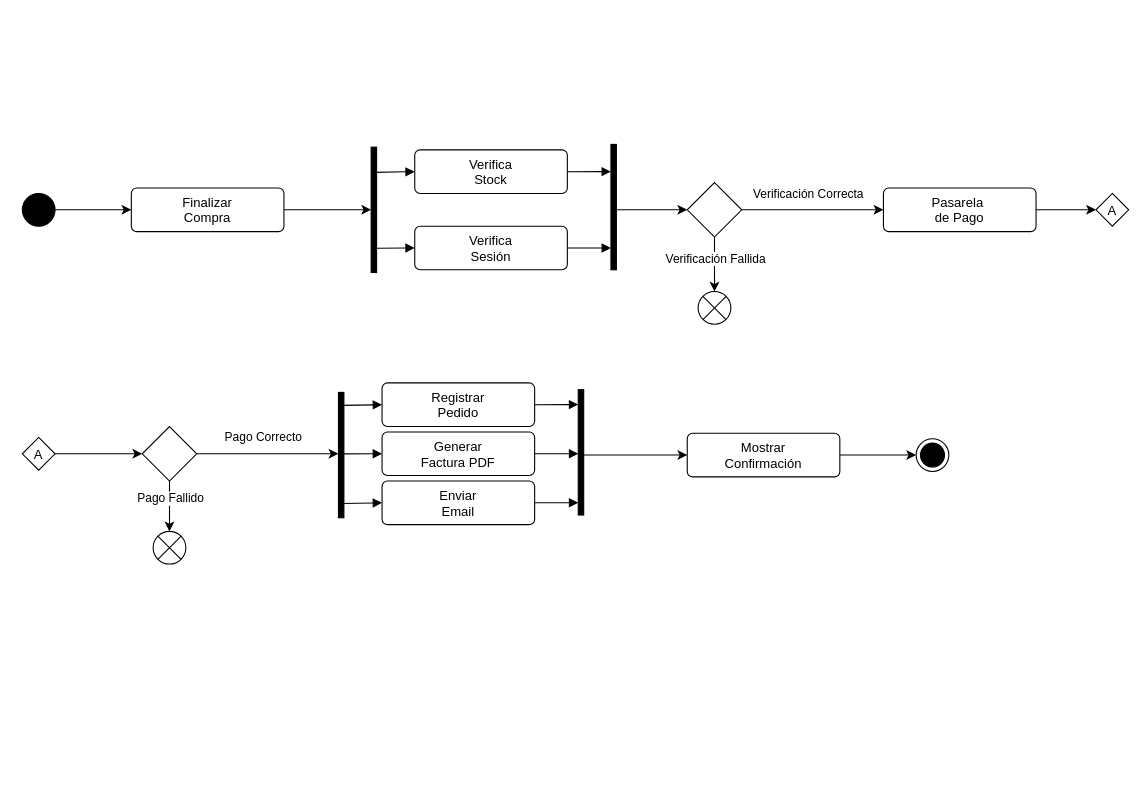
romanscriptt/EDD_UML_LopezDeSanRoman_Alvaro keeps this draw.io diagram as src/Diagrama_Confirmacion_Pedido.drawio. Above is the earlier version. Source tidied: cells renumbered, new cells numbered last; positions are measured from the earlier drawing's top-left corner, leaving out a move shared by most shapes. Both pictures are drawn from the tidied source at 109%, with x=0, y=0 at pixel (22, 144).
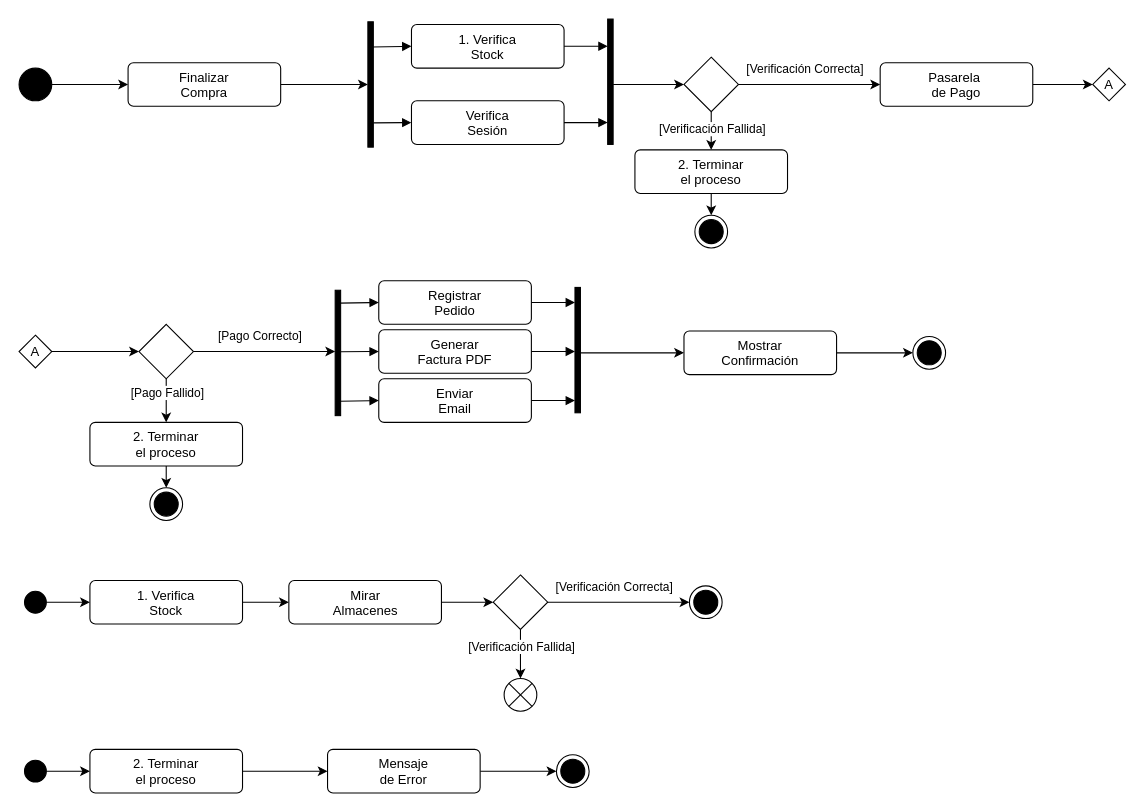
The same diagram, later.

Commit message (it also covers changes not shown here):
Diagrama - Corrección del Diagrama Corrección del Diagrama con implementación de subactividades y reemplazo de imagen

The change refers to these unchanged cells:
```xml
<mxCell id="17" style="edgeStyle=none;html=1;exitX=1;exitY=0.5;exitDx=0;exitDy=0;entryX=0;entryY=0.5;entryDx=0;entryDy=0;" parent="1" edge="1" source="19" target="22">
  <mxGeometry relative="1" as="geometry" />
</mxCell>
```

Diff of the diagram source:
```diff
@@
     <mxCell id="3" style="ellipse;fillColor=strokeColor;html=1;" parent="1" vertex="1">
-      <mxGeometry y="45" width="30" height="30" as="geometry" />
+      <mxGeometry x="-3" y="-70" width="30" height="30" as="geometry" />
     </mxCell>
@@
     <mxCell id="5" value="Finalizar&lt;div&gt;Compra&lt;/div&gt;" style="html=1;align=center;verticalAlign=top;rounded=1;absoluteArcSize=1;arcSize=10;dashed=0;whiteSpace=wrap;" parent="1" vertex="1">
-      <mxGeometry x="100" y="40" width="140" height="40" as="geometry" />
+      <mxGeometry x="97" y="-75" width="140" height="40" as="geometry" />
     </mxCell>
     <mxCell id="6" style="html=1;points=[];perimeter=orthogonalPerimeter;fillColor=strokeColor;" parent="1" vertex="1">
-      <mxGeometry x="320" y="2.5" width="5" height="115" as="geometry" />
+      <mxGeometry x="317" y="-112.5" width="5" height="115" as="geometry" />
     </mxCell>
-    <mxCell id="7" value="Verifica&lt;div&gt;Stock&lt;/div&gt;" style="html=1;align=center;verticalAlign=top;rounded=1;absoluteArcSize=1;arcSize=10;dashed=0;whiteSpace=wrap;" parent="1" vertex="1">
-      <mxGeometry x="360" y="5" width="140" height="40" as="geometry" />
+    <mxCell id="7" value="1. Verifica&lt;div&gt;Stock&lt;/div&gt;" style="html=1;align=center;verticalAlign=top;rounded=1;absoluteArcSize=1;arcSize=10;dashed=0;whiteSpace=wrap;" parent="1" vertex="1">
+      <mxGeometry x="357" y="-110" width="140" height="40" as="geometry" />
     </mxCell>
@@
     <mxCell id="9" value="Verifica&lt;div&gt;Sesión&lt;/div&gt;" style="html=1;align=center;verticalAlign=top;rounded=1;absoluteArcSize=1;arcSize=10;dashed=0;whiteSpace=wrap;" parent="1" vertex="1">
-      <mxGeometry x="360" y="75" width="140" height="40" as="geometry" />
+      <mxGeometry x="357" y="-40" width="140" height="40" as="geometry" />
     </mxCell>
@@
     <mxCell id="14" style="html=1;points=[];perimeter=orthogonalPerimeter;fillColor=strokeColor;" parent="1" vertex="1">
-      <mxGeometry x="540" width="5" height="115" as="geometry" />
+      <mxGeometry x="537" y="-115" width="5" height="115" as="geometry" />
     </mxCell>
-    <mxCell id="15" style="edgeStyle=none;html=1;exitX=0.5;exitY=1;exitDx=0;exitDy=0;entryX=0.5;entryY=0;entryDx=0;entryDy=0;" parent="1" edge="1" source="19" target="20">
+    <mxCell id="15" style="edgeStyle=none;html=1;exitX=0.5;exitY=1;exitDx=0;exitDy=0;entryX=0.5;entryY=0;entryDx=0;entryDy=0;" parent="1" edge="1" source="19" target="61">
       <mxGeometry relative="1" as="geometry" />
     </mxCell>
-    <mxCell id="16" value="Verificación Fallida" style="edgeLabel;html=1;align=center;verticalAlign=middle;" parent="15" vertex="1">
+    <mxCell id="16" value="[Verificación Fallida]" style="edgeLabel;html=1;align=center;verticalAlign=middle;" parent="15" vertex="1">
       <mxGeometry x="0.26" y="4" relative="1" as="geometry">
-        <mxPoint x="-4" y="-13" as="offset" />
+        <mxPoint x="-4" y="-7" as="offset" />
       </mxGeometry>
     </mxCell>
@@
-    <mxCell id="18" value="Verificación Correcta" style="edgeLabel;html=1;align=center;verticalAlign=middle;" parent="17" vertex="1">
+    <mxCell id="18" value="[Verificación Correcta]" style="edgeLabel;html=1;align=center;verticalAlign=middle;" parent="17" vertex="1">
       <mxGeometry x="0.4" y="-1" relative="1" as="geometry">
         <mxPoint x="-31" y="-16" as="offset" />
       </mxGeometry>
     </mxCell>
     <mxCell id="19" style="rhombus;" parent="1" vertex="1">
-      <mxGeometry x="610" y="35" width="50" height="50" as="geometry" />
+      <mxGeometry x="607" y="-80" width="50" height="50" as="geometry" />
     </mxCell>
-    <mxCell id="20" style="shape=sumEllipse;perimeter=ellipsePerimeter;html=1;backgroundOutline=1;" parent="1" vertex="1">
-      <mxGeometry x="620" y="135" width="30" height="30" as="geometry" />
-    </mxCell>
@@
     <mxCell id="22" value="Pasarela&amp;nbsp;&lt;div&gt;de Pago&lt;/div&gt;" style="html=1;align=center;verticalAlign=top;rounded=1;absoluteArcSize=1;arcSize=10;dashed=0;whiteSpace=wrap;" parent="1" vertex="1">
-      <mxGeometry x="790" y="40" width="140" height="40" as="geometry" />
+      <mxGeometry x="787" y="-75" width="140" height="40" as="geometry" />
     </mxCell>
     <mxCell id="23" value="A" style="rhombus;" parent="1" vertex="1">
-      <mxGeometry x="985" y="45" width="30" height="30" as="geometry" />
+      <mxGeometry x="982" y="-70" width="30" height="30" as="geometry" />
     </mxCell>
     <mxCell id="24" value="A" style="rhombus;" parent="1" vertex="1">
-      <mxGeometry y="268.8" width="30" height="30" as="geometry" />
+      <mxGeometry x="-3" y="175" width="30" height="30" as="geometry" />
     </mxCell>
-    <mxCell id="25" style="edgeStyle=none;html=1;exitX=0.5;exitY=1;exitDx=0;exitDy=0;entryX=0.5;entryY=0;entryDx=0;entryDy=0;" parent="1" edge="1" source="29" target="30">
+    <mxCell id="25" style="edgeStyle=none;html=1;exitX=0.5;exitY=1;exitDx=0;exitDy=0;entryX=0.5;entryY=0;entryDx=0;entryDy=0;" parent="1" edge="1" source="29" target="64">
       <mxGeometry relative="1" as="geometry" />
     </mxCell>
-    <mxCell id="26" value="Pago Fallido" style="edgeLabel;html=1;align=center;verticalAlign=middle;" parent="25" vertex="1">
+    <mxCell id="26" value="[Pago Fallido]" style="edgeLabel;html=1;align=center;verticalAlign=middle;" parent="25" vertex="1">
       <mxGeometry x="0.26" y="4" relative="1" as="geometry">
         <mxPoint x="-4" y="-13" as="offset" />
       </mxGeometry>
     </mxCell>
     <mxCell id="27" style="edgeStyle=none;html=1;exitX=1;exitY=0.5;exitDx=0;exitDy=0;entryX=0;entryY=0.5;entryDx=0;entryDy=0;" parent="1" edge="1" source="29">
       <mxGeometry relative="1" as="geometry">
-        <mxPoint x="290" y="283.8" as="targetPoint" />
+        <mxPoint x="287" y="190" as="targetPoint" />
       </mxGeometry>
     </mxCell>
-    <mxCell id="28" value="Pago Correcto" style="edgeLabel;html=1;align=center;verticalAlign=middle;" parent="27" vertex="1">
+    <mxCell id="28" value="[Pago Correcto]" style="edgeLabel;html=1;align=center;verticalAlign=middle;" parent="27" vertex="1">
       <mxGeometry x="0.4" y="-1" relative="1" as="geometry">
         <mxPoint x="-31" y="-16" as="offset" />
       </mxGeometry>
     </mxCell>
     <mxCell id="29" style="rhombus;" parent="1" vertex="1">
-      <mxGeometry x="110" y="258.8" width="50" height="50" as="geometry" />
+      <mxGeometry x="107" y="165" width="50" height="50" as="geometry" />
     </mxCell>
-    <mxCell id="30" style="shape=sumEllipse;perimeter=ellipsePerimeter;html=1;backgroundOutline=1;" parent="1" vertex="1">
-      <mxGeometry x="120" y="355" width="30" height="30" as="geometry" />
-    </mxCell>
@@
     <mxCell id="32" style="html=1;perimeter=orthogonalPerimeter;fillColor=strokeColor;" parent="1" vertex="1">
-      <mxGeometry x="290" y="227.5" width="5" height="115" as="geometry" />
+      <mxGeometry x="287" y="133.8" width="5" height="115" as="geometry" />
     </mxCell>
     <mxCell id="33" value="Registrar&lt;div&gt;Pedido&lt;/div&gt;" style="html=1;align=center;verticalAlign=top;rounded=1;absoluteArcSize=1;arcSize=10;dashed=0;whiteSpace=wrap;" parent="1" vertex="1">
-      <mxGeometry x="330" y="218.8" width="140" height="40" as="geometry" />
+      <mxGeometry x="327" y="125" width="140" height="40" as="geometry" />
     </mxCell>
     <mxCell id="34" style="html=1;verticalAlign=bottom;labelBackgroundColor=none;endArrow=block;endFill=1;exitX=0.733;exitY=0.201;exitDx=0;exitDy=0;exitPerimeter=0;entryX=0;entryY=0.5;entryDx=0;entryDy=0;" parent="1" edge="1" target="33">
       <mxGeometry relative="1" as="geometry">
-        <mxPoint x="293.7" y="239.4" as="sourcePoint" />
+        <mxPoint x="290.7" y="145.6" as="sourcePoint" />
       </mxGeometry>
     </mxCell>
     <mxCell id="35" value="Generar&lt;div&gt;Factura PDF&lt;/div&gt;" style="html=1;align=center;verticalAlign=top;rounded=1;absoluteArcSize=1;arcSize=10;dashed=0;whiteSpace=wrap;" parent="1" vertex="1">
-      <mxGeometry x="330" y="263.8" width="140" height="40" as="geometry" />
+      <mxGeometry x="327" y="170" width="140" height="40" as="geometry" />
     </mxCell>
     <mxCell id="36" style="html=1;verticalAlign=bottom;labelBackgroundColor=none;endArrow=block;endFill=1;exitX=1;exitY=0.806;exitDx=0;exitDy=0;exitPerimeter=0;entryX=0;entryY=0.5;entryDx=0;entryDy=0;" parent="1" edge="1" target="35">
       <mxGeometry relative="1" as="geometry">
-        <mxPoint x="295" y="283.9" as="sourcePoint" />
+        <mxPoint x="292" y="190.2" as="sourcePoint" />
       </mxGeometry>
     </mxCell>
     <mxCell id="37" style="html=1;verticalAlign=bottom;labelBackgroundColor=none;endArrow=block;endFill=1;exitX=1;exitY=0.5;exitDx=0;exitDy=0;entryX=0;entryY=0.217;entryDx=0;entryDy=0;entryPerimeter=0;" parent="1" edge="1" source="33">
       <mxGeometry relative="1" as="geometry">
-        <mxPoint x="510" y="238.7" as="targetPoint" />
+        <mxPoint x="507" y="145" as="targetPoint" />
       </mxGeometry>
     </mxCell>
     <mxCell id="38" style="html=1;verticalAlign=bottom;labelBackgroundColor=none;endArrow=block;endFill=1;exitX=1;exitY=0.5;exitDx=0;exitDy=0;entryX=0;entryY=0.826;entryDx=0;entryDy=0;entryPerimeter=0;" parent="1" edge="1" source="35">
       <mxGeometry relative="1" as="geometry">
-        <mxPoint x="510" y="283.7" as="targetPoint" />
+        <mxPoint x="507" y="190" as="targetPoint" />
       </mxGeometry>
     </mxCell>
@@
     <mxCell id="40" style="html=1;points=[];perimeter=orthogonalPerimeter;fillColor=strokeColor;" parent="1" vertex="1">
-      <mxGeometry x="510" y="225" width="5" height="115" as="geometry" />
+      <mxGeometry x="507" y="131.2" width="5" height="115" as="geometry" />
     </mxCell>
     <mxCell id="41" value="Enviar&lt;div&gt;Email&lt;/div&gt;" style="html=1;align=center;verticalAlign=top;rounded=1;absoluteArcSize=1;arcSize=10;dashed=0;whiteSpace=wrap;" parent="1" vertex="1">
-      <mxGeometry x="330" y="308.8" width="140" height="40" as="geometry" />
+      <mxGeometry x="327" y="215" width="140" height="40" as="geometry" />
     </mxCell>
     <mxCell id="42" style="html=1;verticalAlign=bottom;labelBackgroundColor=none;endArrow=block;endFill=1;exitX=0.733;exitY=0.201;exitDx=0;exitDy=0;exitPerimeter=0;entryX=0;entryY=0.5;entryDx=0;entryDy=0;" parent="1" edge="1" target="41">
       <mxGeometry relative="1" as="geometry">
-        <mxPoint x="293.7" y="329.4" as="sourcePoint" />
+        <mxPoint x="290.7" y="235.6" as="sourcePoint" />
       </mxGeometry>
     </mxCell>
     <mxCell id="43" style="html=1;verticalAlign=bottom;labelBackgroundColor=none;endArrow=block;endFill=1;exitX=1;exitY=0.5;exitDx=0;exitDy=0;entryX=0;entryY=0.217;entryDx=0;entryDy=0;entryPerimeter=0;" parent="1" edge="1" source="41">
       <mxGeometry relative="1" as="geometry">
-        <mxPoint x="510" y="328.7" as="targetPoint" />
+        <mxPoint x="507" y="235" as="targetPoint" />
       </mxGeometry>
     </mxCell>
@@
     <mxCell id="45" value="Mostrar&lt;div&gt;Confirmación&lt;/div&gt;" style="html=1;align=center;verticalAlign=top;rounded=1;absoluteArcSize=1;arcSize=10;dashed=0;whiteSpace=wrap;" parent="1" vertex="1">
-      <mxGeometry x="610" y="265" width="140" height="40" as="geometry" />
+      <mxGeometry x="607" y="171.2" width="140" height="40" as="geometry" />
     </mxCell>
     <mxCell id="46" style="ellipse;html=1;shape=endState;fillColor=strokeColor;" parent="1" vertex="1">
-      <mxGeometry x="820" y="270" width="30" height="30" as="geometry" />
+      <mxGeometry x="817" y="176.2" width="30" height="30" as="geometry" />
     </mxCell>
+    <mxCell id="47" style="edgeStyle=none;html=1;exitX=1;exitY=0.5;exitDx=0;exitDy=0;entryX=0;entryY=0.5;entryDx=0;entryDy=0;" parent="1" edge="1" source="52" target="57">
+      <mxGeometry relative="1" as="geometry" />
+    </mxCell>
+    <mxCell id="48" value="1. Verifica&lt;div&gt;Stock&lt;/div&gt;" style="html=1;align=center;verticalAlign=top;rounded=1;absoluteArcSize=1;arcSize=10;dashed=0;whiteSpace=wrap;" parent="1" vertex="1">
+      <mxGeometry x="62" y="400" width="140" height="40" as="geometry" />
+    </mxCell>
+    <mxCell id="49" style="edgeStyle=none;html=1;exitX=1;exitY=0.5;exitDx=0;exitDy=0;entryX=0;entryY=0.5;entryDx=0;entryDy=0;" parent="1" edge="1" source="50" target="48">
+      <mxGeometry relative="1" as="geometry" />
+    </mxCell>
+    <mxCell id="50" style="ellipse;fillColor=strokeColor;html=1;" parent="1" vertex="1">
+      <mxGeometry x="2" y="410" width="20" height="20" as="geometry" />
+    </mxCell>
+    <mxCell id="51" style="edgeStyle=none;html=1;exitX=1;exitY=0.5;exitDx=0;exitDy=0;entryX=0;entryY=0.5;entryDx=0;entryDy=0;" parent="1" edge="1" source="48" target="52">
+      <mxGeometry relative="1" as="geometry" />
+    </mxCell>
+    <mxCell id="52" value="Mirar&lt;div&gt;Almacenes&lt;/div&gt;" style="html=1;align=center;verticalAlign=top;rounded=1;absoluteArcSize=1;arcSize=10;dashed=0;whiteSpace=wrap;" parent="1" vertex="1">
+      <mxGeometry x="244.5" y="400" width="140" height="40" as="geometry" />
+    </mxCell>
+    <mxCell id="53" style="edgeStyle=none;html=1;exitX=0.5;exitY=1;exitDx=0;exitDy=0;entryX=0.5;entryY=0;entryDx=0;entryDy=0;" parent="1" edge="1" source="57" target="58">
+      <mxGeometry relative="1" as="geometry" />
+    </mxCell>
+    <mxCell id="54" value="[Verificación Fallida]" style="edgeLabel;html=1;align=center;verticalAlign=middle;" parent="53" vertex="1">
+      <mxGeometry x="0.26" y="4" relative="1" as="geometry">
+        <mxPoint x="-4" y="-13" as="offset" />
+      </mxGeometry>
+    </mxCell>
+    <mxCell id="55" style="edgeStyle=none;html=1;exitX=1;exitY=0.5;exitDx=0;exitDy=0;entryX=0;entryY=0.5;entryDx=0;entryDy=0;" parent="1" edge="1" source="57" target="59">
+      <mxGeometry relative="1" as="geometry" />
+    </mxCell>
+    <mxCell id="56" value="[Verificación Correcta]" style="edgeLabel;html=1;align=center;verticalAlign=middle;" parent="55" vertex="1">
+      <mxGeometry x="0.4" y="-1" relative="1" as="geometry">
+        <mxPoint x="-31" y="-16" as="offset" />
+      </mxGeometry>
+    </mxCell>
+    <mxCell id="57" style="rhombus;" parent="1" vertex="1">
+      <mxGeometry x="432" y="395" width="50" height="50" as="geometry" />
+    </mxCell>
+    <mxCell id="58" style="shape=sumEllipse;perimeter=ellipsePerimeter;html=1;backgroundOutline=1;" parent="1" vertex="1">
+      <mxGeometry x="442" y="490" width="30" height="30" as="geometry" />
+    </mxCell>
+    <mxCell id="59" style="ellipse;html=1;shape=endState;fillColor=strokeColor;" parent="1" vertex="1">
+      <mxGeometry x="612" y="405" width="30" height="30" as="geometry" />
+    </mxCell>
+    <mxCell id="60" style="edgeStyle=none;html=1;exitX=0.5;exitY=1;exitDx=0;exitDy=0;entryX=0;entryY=0.5;entryDx=0;entryDy=0;" parent="1" edge="1" source="61" target="62">
+      <mxGeometry relative="1" as="geometry" />
+    </mxCell>
+    <mxCell id="61" value="2. Terminar&lt;div&gt;el proceso&lt;/div&gt;" style="html=1;align=center;verticalAlign=top;rounded=1;absoluteArcSize=1;arcSize=10;dashed=0;whiteSpace=wrap;" parent="1" vertex="1">
+      <mxGeometry x="562" y="5" width="140" height="40" as="geometry" />
+    </mxCell>
+    <mxCell id="62" style="ellipse;html=1;shape=endState;fillColor=strokeColor;direction=south;" parent="1" vertex="1">
+      <mxGeometry x="617" y="65" width="30" height="30" as="geometry" />
+    </mxCell>
+    <mxCell id="63" style="edgeStyle=none;html=1;exitX=0.5;exitY=1;exitDx=0;exitDy=0;entryX=0;entryY=0.5;entryDx=0;entryDy=0;" parent="1" edge="1" source="64" target="65">
+      <mxGeometry relative="1" as="geometry" />
+    </mxCell>
+    <mxCell id="64" value="2. Terminar&lt;div&gt;el proceso&lt;/div&gt;" style="html=1;align=center;verticalAlign=top;rounded=1;absoluteArcSize=1;arcSize=10;dashed=0;whiteSpace=wrap;" parent="1" vertex="1">
+      <mxGeometry x="62" y="255" width="140" height="40" as="geometry" />
+    </mxCell>
+    <mxCell id="65" style="ellipse;html=1;shape=endState;fillColor=strokeColor;direction=south;" parent="1" vertex="1">
+      <mxGeometry x="117" y="315" width="30" height="30" as="geometry" />
+    </mxCell>
+    <mxCell id="66" style="edgeStyle=none;html=1;exitX=1;exitY=0.5;exitDx=0;exitDy=0;entryX=0;entryY=0.5;entryDx=0;entryDy=0;" parent="1" edge="1" source="67" target="68">
+      <mxGeometry relative="1" as="geometry" />
+    </mxCell>
+    <mxCell id="67" style="ellipse;fillColor=strokeColor;html=1;" parent="1" vertex="1">
+      <mxGeometry x="2" y="565" width="20" height="20" as="geometry" />
+    </mxCell>
+    <mxCell id="68" value="2. Terminar&lt;div&gt;el proceso&lt;/div&gt;" style="html=1;align=center;verticalAlign=top;rounded=1;absoluteArcSize=1;arcSize=10;dashed=0;whiteSpace=wrap;" parent="1" vertex="1">
+      <mxGeometry x="62" y="555" width="140" height="40" as="geometry" />
+    </mxCell>
+    <mxCell id="69" style="edgeStyle=none;html=1;exitX=1;exitY=0.5;exitDx=0;exitDy=0;entryX=0;entryY=0.5;entryDx=0;entryDy=0;" parent="1" edge="1" source="68" target="71">
+      <mxGeometry relative="1" as="geometry" />
+    </mxCell>
+    <mxCell id="70" style="edgeStyle=none;html=1;exitX=1;exitY=0.5;exitDx=0;exitDy=0;entryX=0;entryY=0.5;entryDx=0;entryDy=0;" parent="1" edge="1" source="71" target="72">
+      <mxGeometry relative="1" as="geometry" />
+    </mxCell>
+    <mxCell id="71" value="Mensaje&lt;div&gt;de Error&lt;/div&gt;" style="html=1;align=center;verticalAlign=top;rounded=1;absoluteArcSize=1;arcSize=10;dashed=0;whiteSpace=wrap;" parent="1" vertex="1">
+      <mxGeometry x="280" y="555" width="140" height="40" as="geometry" />
+    </mxCell>
+    <mxCell id="72" style="ellipse;html=1;shape=endState;fillColor=strokeColor;" parent="1" vertex="1">
+      <mxGeometry x="490" y="560" width="30" height="30" as="geometry" />
+    </mxCell>
```
